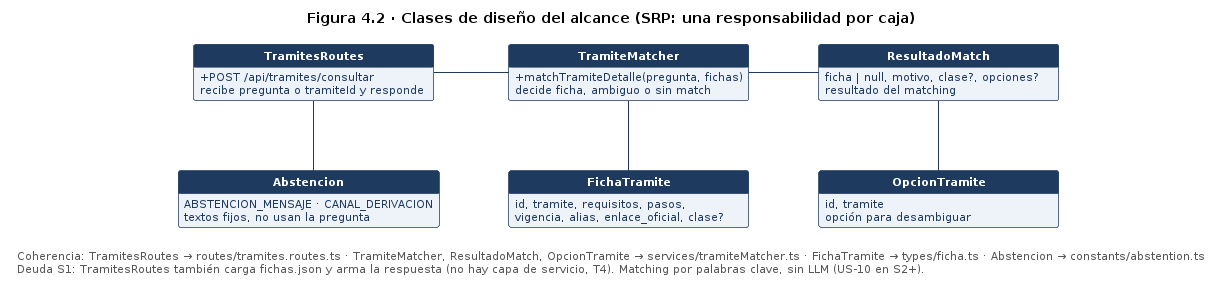
FeliKar/Proyecto-Ingenieria-de-Software keeps this PlantUML diagram as docs/uml/clases_diseno_alcance.png. Above is the earlier version.
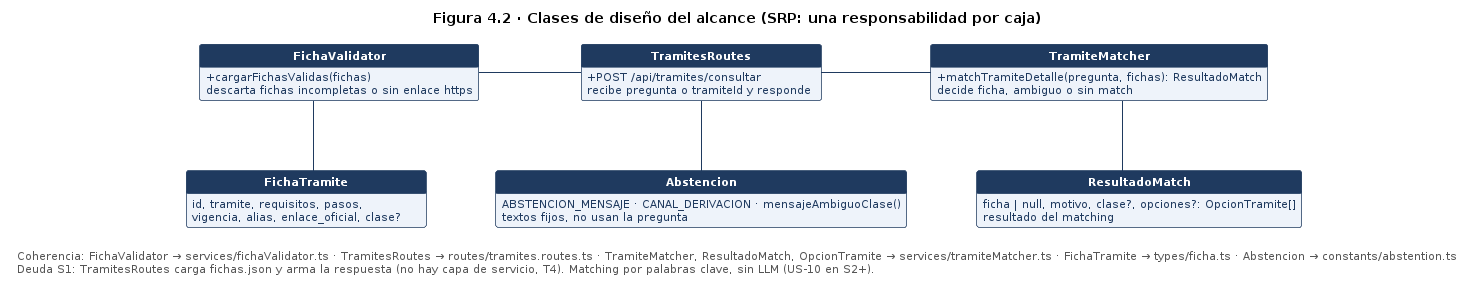
Later version of the same file.

Commit message:
UML con fichaValidator, acceso desde celular y ADR-01

The edit, as a diff of the source:
```diff
@@ -24,42 +24,42 @@
   FontSize 11
 }
 
+class "<color:#FFFFFF><b>FichaValidator</b></color>" as FichaValidator {
+  {field} + cargarFichasValidas(fichas)
+  {field} descarta fichas incompletas o sin enlace https
+}
 class "<color:#FFFFFF><b>TramitesRoutes</b></color>" as TramitesRoutes {
   {field} + POST /api/tramites/consultar
   {field} recibe pregunta o tramiteId y responde
 }
 class "<color:#FFFFFF><b>TramiteMatcher</b></color>" as TramiteMatcher {
-  {field} + matchTramiteDetalle(pregunta, fichas)
+  {field} + matchTramiteDetalle(pregunta, fichas): ResultadoMatch
   {field} decide ficha, ambiguo o sin match
 }
-class "<color:#FFFFFF><b>ResultadoMatch</b></color>" as ResultadoMatch {
-  {field} ficha | null, motivo, clase?, opciones?
-  {field} resultado del matching
-}
 
-class "<color:#FFFFFF><b>Abstencion</b></color>" as Abstencion {
-  {field} ABSTENCION_MENSAJE · CANAL_DERIVACION
-  {field} textos fijos, no usan la pregunta
-}
 class "<color:#FFFFFF><b>FichaTramite</b></color>" as FichaTramite {
   {field} id, tramite, requisitos, pasos,
   {field} vigencia, alias, enlace_oficial, clase?
 }
-class "<color:#FFFFFF><b>OpcionTramite</b></color>" as OpcionTramite {
-  {field} id, tramite
-  {field} opción para desambiguar
+class "<color:#FFFFFF><b>Abstencion</b></color>" as Abstencion {
+  {field} ABSTENCION_MENSAJE · CANAL_DERIVACION · mensajeAmbiguoClase()
+  {field} textos fijos, no usan la pregunta
+}
+class "<color:#FFFFFF><b>ResultadoMatch</b></color>" as ResultadoMatch {
+  {field} ficha | null, motivo, clase?, opciones?: OpcionTramite[]
+  {field} resultado del matching
 }
 
+FichaValidator -right- TramitesRoutes
 TramitesRoutes -right- TramiteMatcher
-TramiteMatcher -right- ResultadoMatch
+FichaValidator -down- FichaTramite
 TramitesRoutes -down- Abstencion
-TramiteMatcher -down- FichaTramite
-ResultadoMatch -down- OpcionTramite
-Abstencion -[hidden]right- FichaTramite
-FichaTramite -[hidden]right- OpcionTramite
+TramiteMatcher -down- ResultadoMatch
+FichaTramite -[hidden]right- Abstencion
+Abstencion -[hidden]right- ResultadoMatch
 
 legend bottom left
-  Coherencia: TramitesRoutes → routes/tramites.routes.ts · TramiteMatcher, ResultadoMatch, OpcionTramite → services/tramiteMatcher.ts · FichaTramite → types/ficha.ts · Abstencion → constants/abstention.ts
-  Deuda S1: TramitesRoutes también carga fichas.json y arma la respuesta (no hay capa de servicio, T4). Matching por palabras clave, sin LLM (US-10 en S2+).
+  Coherencia: FichaValidator → services/fichaValidator.ts · TramitesRoutes → routes/tramites.routes.ts · TramiteMatcher, ResultadoMatch, OpcionTramite → services/tramiteMatcher.ts · FichaTramite → types/ficha.ts · Abstencion → constants/abstention.ts
+  Deuda S1: TramitesRoutes carga fichas.json y arma la respuesta (no hay capa de servicio, T4). Matching por palabras clave, sin LLM (US-10 en S2+).
 endlegend
 @enduml
```
